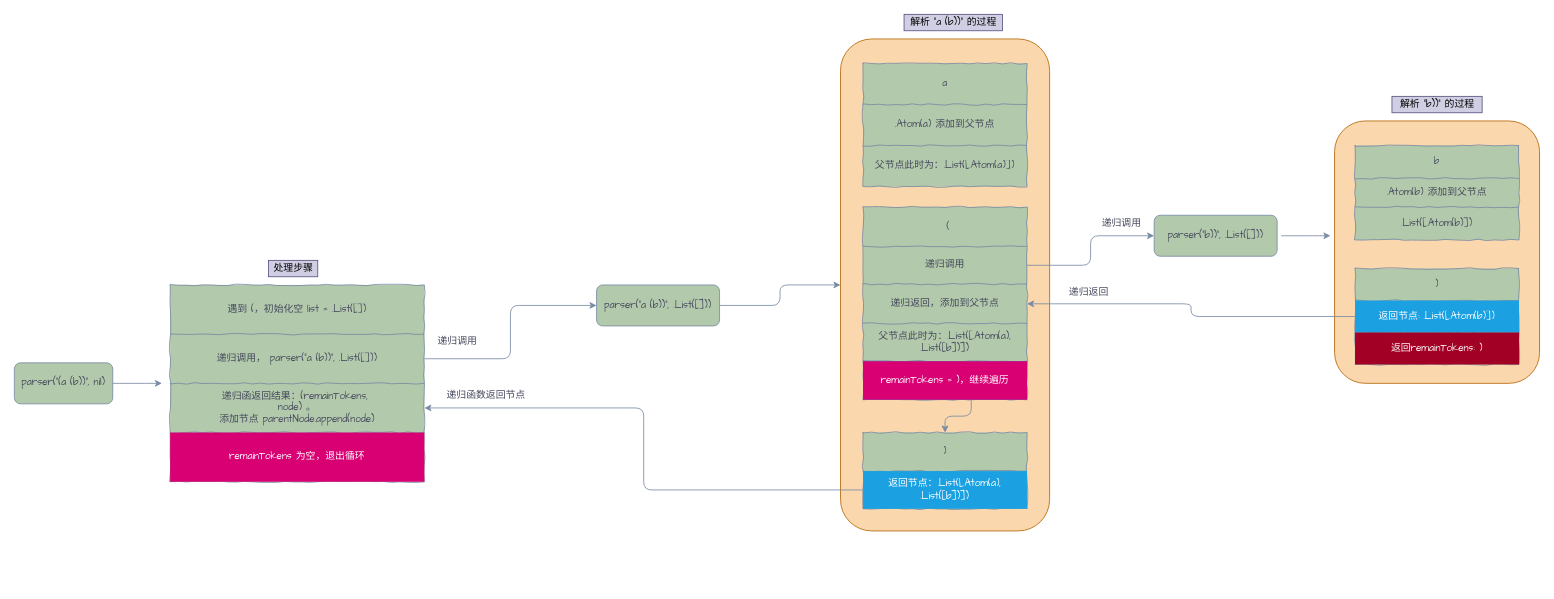
Before: page "parser-example" (2 of 15) of lisp.drawio in silan-liu/drawio, a draw.io diagram. Source tidied: cells renumbered, new cells numbered last; positions are measured from the earlier drawing's top-left corner, leaving out a move shared by most shapes. Both pictures are drawn from the tidied source at 82%, with x=0, y=0 at pixel (14, 14).
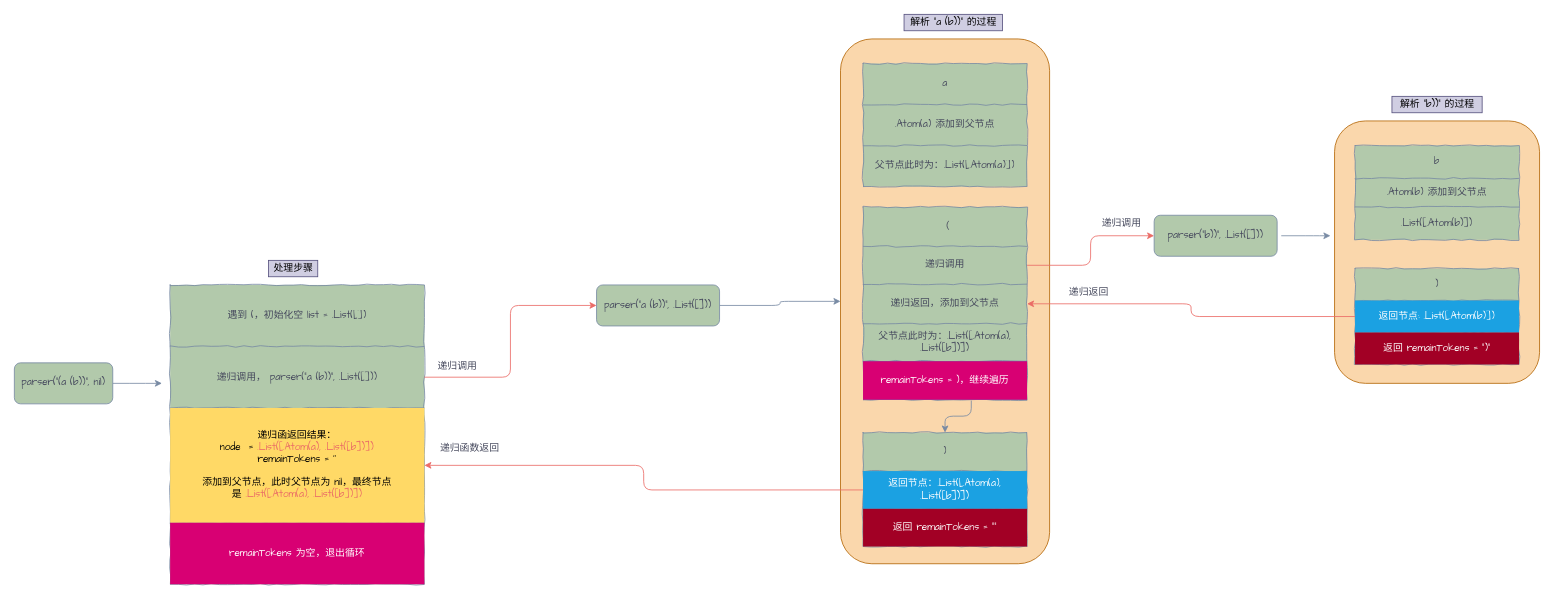
Above is the later version.

Unchanged cells that the change refers to:
```xml
<mxCell id="32" style="shape=partialRectangle;html=1;whiteSpace=wrap;fillColor=none;top=0;left=0;bottom=0;right=0;points=[[0,0.5],[1,0.5]];portConstraint=eastwest;strokeColor=#788AA3;fontColor=#46495D;fontFamily=Comic Sans MS;" parent="29" vertex="1">
  <mxGeometry y="47" width="200" height="46" as="geometry" />
</mxCell>
<mxCell id="35" value="parser(&quot;a (b))&quot;, .List([]))" style="rounded=1;whiteSpace=wrap;html=1;sketch=0;fontFamily=Comic Sans MS;fontColor=#46495D;strokeColor=#788AA3;fillColor=#B2C9AB;" parent="1" vertex="1">
  <mxGeometry x="710" y="330" width="150" height="50" as="geometry" />
</mxCell>
<mxCell id="45" style="shape=partialRectangle;html=1;whiteSpace=wrap;fillColor=none;top=0;left=0;bottom=0;right=0;points=[[0,0.5],[1,0.5]];portConstraint=eastwest;strokeColor=#788AA3;fontColor=#46495D;fontFamily=Comic Sans MS;" parent="42" vertex="1">
  <mxGeometry y="48" width="200" height="46" as="geometry" />
</mxCell>
<mxCell id="47" style="shape=partialRectangle;html=1;whiteSpace=wrap;fillColor=none;top=0;left=0;bottom=0;right=0;points=[[0,0.5],[1,0.5]];portConstraint=eastwest;strokeColor=#788AA3;fontColor=#46495D;fontFamily=Comic Sans MS;" parent="42" vertex="1">
  <mxGeometry y="94" width="200" height="48" as="geometry" />
</mxCell>
<mxCell id="55" value="parser(&quot;b))&quot;, .List([]))" style="rounded=1;whiteSpace=wrap;html=1;sketch=0;fontFamily=Comic Sans MS;fontColor=#46495D;strokeColor=#788AA3;fillColor=#B2C9AB;" parent="1" vertex="1">
  <mxGeometry x="1390" y="245" width="150" height="50" as="geometry" />
</mxCell>
<mxCell id="59" style="shape=partialRectangle;html=1;whiteSpace=wrap;fillColor=none;top=0;left=0;bottom=0;right=0;points=[[0,0.5],[1,0.5]];portConstraint=eastwest;strokeColor=#788AA3;fontColor=#46495D;fontFamily=Comic Sans MS;" parent="56" vertex="1">
  <mxGeometry y="39" width="200" height="39" as="geometry" />
</mxCell>
<mxCell id="61" style="shape=partialRectangle;html=1;whiteSpace=wrap;fillColor=none;top=0;left=0;bottom=0;right=0;strokeColor=#788AA3;fontColor=#46495D;fontFamily=Comic Sans MS;" parent="56" vertex="1">
  <mxGeometry y="78" width="200" height="39" as="geometry" />
</mxCell>
```

Change to the diagram source:
```diff
@@
     <mxCell id="3" style="rounded=1;whiteSpace=wrap;html=1;sketch=0;fontFamily=Comic Sans MS;fillColor=#fad7ac;strokeColor=#b46504;" parent="1" vertex="1">
-      <mxGeometry x="1007.5" y="30" width="255" height="600" as="geometry" />
+      <mxGeometry x="1007.5" y="30" width="255" height="640" as="geometry" />
     </mxCell>
@@
     <mxCell id="6" style="shape=table;html=1;whiteSpace=wrap;startSize=0;childLayout=tableLayout;fillColor=#B2C9AB;strokeColor=#788AA3;fontColor=#46495D;comic=1;fontFamily=Comic Sans MS;" parent="1" vertex="1">
-      <mxGeometry x="190" y="330" width="310" height="240" as="geometry" />
+      <mxGeometry x="190" y="330" width="310" height="365" as="geometry" />
     </mxCell>
     <mxCell id="7" style="shape=partialRectangle;html=1;whiteSpace=wrap;fillColor=none;top=0;left=0;bottom=0;right=0;strokeColor=#788AA3;fontColor=#46495D;fontFamily=Comic Sans MS;" parent="6" vertex="1">
-      <mxGeometry width="310" height="60" as="geometry" />
+      <mxGeometry width="310" height="75" as="geometry" />
     </mxCell>
     <mxCell id="8" value="遇到 (，初始化空 list = .List([])" style="shape=partialRectangle;html=1;whiteSpace=wrap;overflow=hidden;fillColor=none;top=0;left=0;bottom=0;right=0;strokeColor=#788AA3;fontColor=#46495D;fontFamily=Comic Sans MS;" parent="7" vertex="1">
-      <mxGeometry width="310" height="60" as="geometry" />
+      <mxGeometry width="310" height="75" as="geometry" />
     </mxCell>
     <mxCell id="9" style="shape=partialRectangle;html=1;whiteSpace=wrap;fillColor=none;top=0;left=0;bottom=0;right=0;points=[[0,0.5],[1,0.5]];portConstraint=eastwest;strokeColor=#788AA3;fontColor=#46495D;fontFamily=Comic Sans MS;" parent="6" vertex="1">
-      <mxGeometry y="60" width="310" height="60" as="geometry" />
+      <mxGeometry y="75" width="310" height="75" as="geometry" />
     </mxCell>
     <mxCell id="10" value="递归调用，&amp;nbsp;parser(&quot;a (b))&quot;, .List([]))" style="shape=partialRectangle;html=1;whiteSpace=wrap;overflow=hidden;fillColor=none;top=0;left=0;bottom=0;right=0;strokeColor=#788AA3;fontColor=#46495D;fontFamily=Comic Sans MS;" parent="9" vertex="1">
-      <mxGeometry width="310" height="60" as="geometry" />
+      <mxGeometry width="310" height="75" as="geometry" />
     </mxCell>
     <mxCell id="11" style="shape=partialRectangle;html=1;whiteSpace=wrap;fillColor=none;top=0;left=0;bottom=0;right=0;points=[[0,0.5],[1,0.5]];portConstraint=eastwest;strokeColor=#788AA3;fontColor=#46495D;fontFamily=Comic Sans MS;" parent="6" vertex="1">
-      <mxGeometry y="120" width="310" height="60" as="geometry" />
+      <mxGeometry y="150" width="310" height="140" as="geometry" />
     </mxCell>
-    <mxCell id="12" value="递归函返回结果：(remainTokens,&amp;nbsp;&lt;br&gt;node) 。&lt;br&gt;添加节点 parentNode.append(node)" style="shape=partialRectangle;html=1;whiteSpace=wrap;overflow=hidden;fillColor=none;top=0;left=0;bottom=0;right=0;strokeColor=#788AA3;fontColor=#46495D;fontFamily=Comic Sans MS;" parent="11" vertex="1">
-      <mxGeometry width="310" height="60" as="geometry" />
+    <mxCell id="12" value="递归函返回结果：&lt;br&gt;node&amp;nbsp; = &lt;font color=&quot;#ea6b66&quot;&gt;.List([.Atom(a), .List([b])])&lt;br&gt;&lt;/font&gt;remainTokens = ''&lt;br&gt;&lt;br&gt;添加到父节点，此时父节点为 nil，最终节点是&amp;nbsp;&lt;span style=&quot;color: rgb(234 , 107 , 102)&quot;&gt;.List([.Atom(a), .List([b])])&lt;/span&gt;" style="shape=partialRectangle;html=1;whiteSpace=wrap;overflow=hidden;top=0;left=0;bottom=0;right=0;strokeColor=#23445d;fontFamily=Comic Sans MS;fillColor=#FFD966;" parent="11" vertex="1">
+      <mxGeometry width="310" height="140" as="geometry" />
     </mxCell>
     <mxCell id="13" style="shape=partialRectangle;html=1;whiteSpace=wrap;fillColor=none;top=0;left=0;bottom=0;right=0;strokeColor=#788AA3;fontColor=#46495D;fontFamily=Comic Sans MS;" parent="6" vertex="1">
-      <mxGeometry y="180" width="310" height="60" as="geometry" />
+      <mxGeometry y="290" width="310" height="75" as="geometry" />
     </mxCell>
     <mxCell id="14" value="remainTokens 为空，退出循环" style="shape=partialRectangle;html=1;whiteSpace=wrap;overflow=hidden;fillColor=#d80073;top=0;left=0;bottom=0;right=0;strokeColor=#A50040;fontColor=#ffffff;fontFamily=Comic Sans MS;" parent="13" vertex="1">
-      <mxGeometry width="310" height="60" as="geometry" />
+      <mxGeometry width="310" height="75" as="geometry" />
     </mxCell>
@@
     <mxCell id="29" style="shape=table;html=1;whiteSpace=wrap;startSize=0;childLayout=tableLayout;fillColor=#B2C9AB;strokeColor=#788AA3;fontColor=#46495D;fontFamily=Comic Sans MS;comic=1;" parent="1" vertex="1">
-      <mxGeometry x="1035" y="510" width="200" height="93" as="geometry" />
+      <mxGeometry x="1035" y="510" width="200" height="139" as="geometry" />
     </mxCell>
@@
+    <mxCell id="68" style="shape=partialRectangle;html=1;whiteSpace=wrap;fillColor=none;top=0;left=0;bottom=0;right=0;strokeColor=#788AA3;fontColor=#46495D;fontFamily=Comic Sans MS;" parent="29" vertex="1">
+      <mxGeometry y="93" width="200" height="46" as="geometry" />
+    </mxCell>
+    <mxCell id="69" value="&lt;span&gt;返回 remainTokens = &quot;&quot;&lt;/span&gt;" style="shape=partialRectangle;html=1;whiteSpace=wrap;overflow=hidden;top=0;left=0;bottom=0;right=0;strokeColor=#006EAF;fontColor=#ffffff;fontFamily=Comic Sans MS;fillColor=#A20025;" parent="68" vertex="1">
+      <mxGeometry width="200" height="46" as="geometry" />
+    </mxCell>
@@
-    <mxCell id="36" style="edgeStyle=orthogonalEdgeStyle;curved=0;rounded=1;sketch=0;jettySize=auto;html=1;entryX=0;entryY=0.5;entryDx=0;entryDy=0;fontFamily=Comic Sans MS;fontColor=#46495D;strokeColor=#788AA3;fillColor=#B2C9AB;" parent="1" edge="1" source="9" target="35">
+    <mxCell id="36" style="edgeStyle=orthogonalEdgeStyle;curved=0;rounded=1;sketch=0;jettySize=auto;html=1;entryX=0;entryY=0.5;entryDx=0;entryDy=0;fontFamily=Comic Sans MS;fontColor=#46495D;fillColor=#B2C9AB;strokeColor=#EA6B66;" parent="1" edge="1" source="9" target="35">
       <mxGeometry relative="1" as="geometry" />
     </mxCell>
-    <mxCell id="37" style="edgeStyle=orthogonalEdgeStyle;curved=0;rounded=1;sketch=0;jettySize=auto;html=1;entryX=1;entryY=0.5;entryDx=0;entryDy=0;fontFamily=Comic Sans MS;fontColor=#46495D;strokeColor=#788AA3;fillColor=#B2C9AB;" parent="1" edge="1" source="32" target="11">
+    <mxCell id="37" style="edgeStyle=orthogonalEdgeStyle;curved=0;rounded=1;sketch=0;jettySize=auto;html=1;entryX=1;entryY=0.5;entryDx=0;entryDy=0;fontFamily=Comic Sans MS;fontColor=#46495D;fillColor=#B2C9AB;strokeColor=#EA6B66;" parent="1" edge="1" source="32" target="11">
       <mxGeometry relative="1" as="geometry" />
     </mxCell>
-    <mxCell id="38" value="递归函数返回节点" style="text;html=1;align=center;verticalAlign=middle;strokeColor=none;fontFamily=Comic Sans MS;fontColor=#46495D;" parent="1" vertex="1">
-      <mxGeometry x="520" y="455" width="110" height="20" as="geometry" />
+    <mxCell id="38" value="递归函数返回" style="text;html=1;align=center;verticalAlign=middle;strokeColor=none;fontFamily=Comic Sans MS;fontColor=#46495D;" parent="1" vertex="1">
+      <mxGeometry x="510" y="520" width="90" height="20" as="geometry" />
     </mxCell>
@@
     <mxCell id="41" value="递归调用" style="text;html=1;align=center;verticalAlign=middle;strokeColor=none;fontFamily=Comic Sans MS;fontColor=#46495D;" parent="1" vertex="1">
-      <mxGeometry x="510" y="390" width="60" height="20" as="geometry" />
+      <mxGeometry x="510" y="420" width="60" height="20" as="geometry" />
     </mxCell>
@@
-    <mxCell id="53" style="edgeStyle=orthogonalEdgeStyle;curved=0;rounded=1;sketch=0;jettySize=auto;html=1;fontFamily=Comic Sans MS;fontColor=#46495D;strokeColor=#788AA3;fillColor=#B2C9AB;align=center;entryX=0;entryY=0.5;entryDx=0;entryDy=0;" parent="1" edge="1" source="45" target="55">
+    <mxCell id="53" style="edgeStyle=orthogonalEdgeStyle;curved=0;rounded=1;sketch=0;jettySize=auto;html=1;fontFamily=Comic Sans MS;fontColor=#46495D;fillColor=#B2C9AB;align=center;entryX=0;entryY=0.5;entryDx=0;entryDy=0;strokeColor=#EA6B66;" parent="1" edge="1" source="45" target="55">
       <mxGeometry relative="1" as="geometry" />
     </mxCell>
@@
-    <mxCell id="62" value="返回remainTokens: )" style="shape=partialRectangle;html=1;whiteSpace=wrap;overflow=hidden;fillColor=#a20025;top=0;left=0;bottom=0;right=0;strokeColor=#6F0000;fontFamily=Comic Sans MS;fontColor=#ffffff;" parent="61" vertex="1">
+    <mxCell id="62" value="返回 remainTokens = &quot;)&quot;" style="shape=partialRectangle;html=1;whiteSpace=wrap;overflow=hidden;fillColor=#a20025;top=0;left=0;bottom=0;right=0;strokeColor=#6F0000;fontFamily=Comic Sans MS;fontColor=#ffffff;" parent="61" vertex="1">
       <mxGeometry width="200" height="39" as="geometry" />
     </mxCell>
-    <mxCell id="63" style="edgeStyle=orthogonalEdgeStyle;curved=0;rounded=1;sketch=0;jettySize=auto;html=1;fontFamily=Comic Sans MS;fontColor=#46495D;strokeColor=#788AA3;fillColor=#B2C9AB;align=center;entryX=1;entryY=0.5;entryDx=0;entryDy=0;" parent="1" edge="1" source="59" target="47">
+    <mxCell id="63" style="edgeStyle=orthogonalEdgeStyle;curved=0;rounded=1;sketch=0;jettySize=auto;html=1;fontFamily=Comic Sans MS;fontColor=#46495D;fillColor=#B2C9AB;align=center;entryX=1;entryY=0.5;entryDx=0;entryDy=0;strokeColor=#EA6B66;" parent="1" edge="1" source="59" target="47">
       <mxGeometry relative="1" as="geometry" />
     </mxCell>
```
